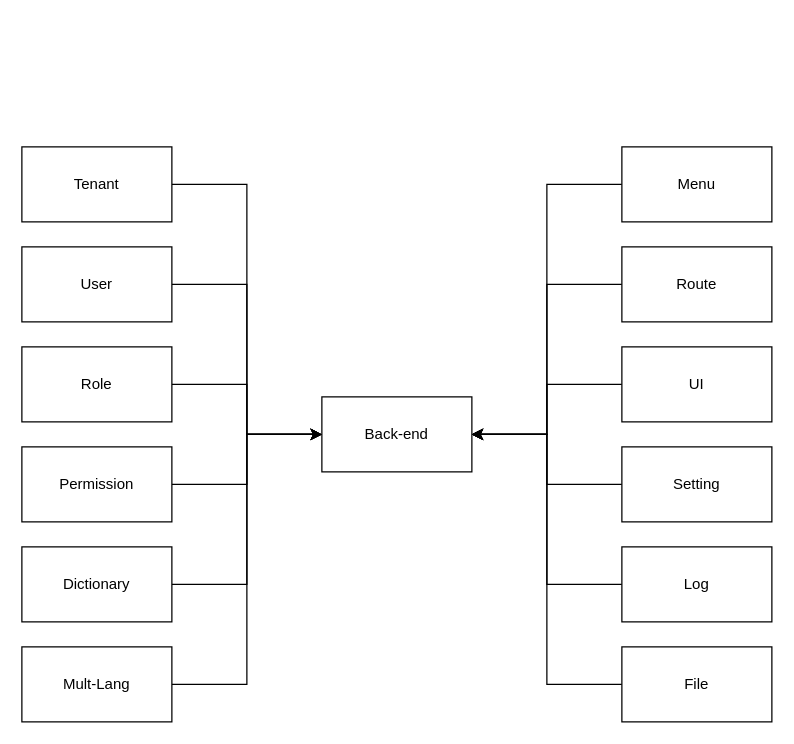
The draw.io diagram page "3. Back-end" (8 of 8) of ids.drawio in dellexquan/transfer, before the edit. Source tidied: cells renumbered, new cells numbered last; positions are measured from the earlier drawing's top-left corner, leaving out a move shared by most shapes. Both pictures are drawn from the tidied source at 125%, with x=0, y=0 at pixel (21, 146).
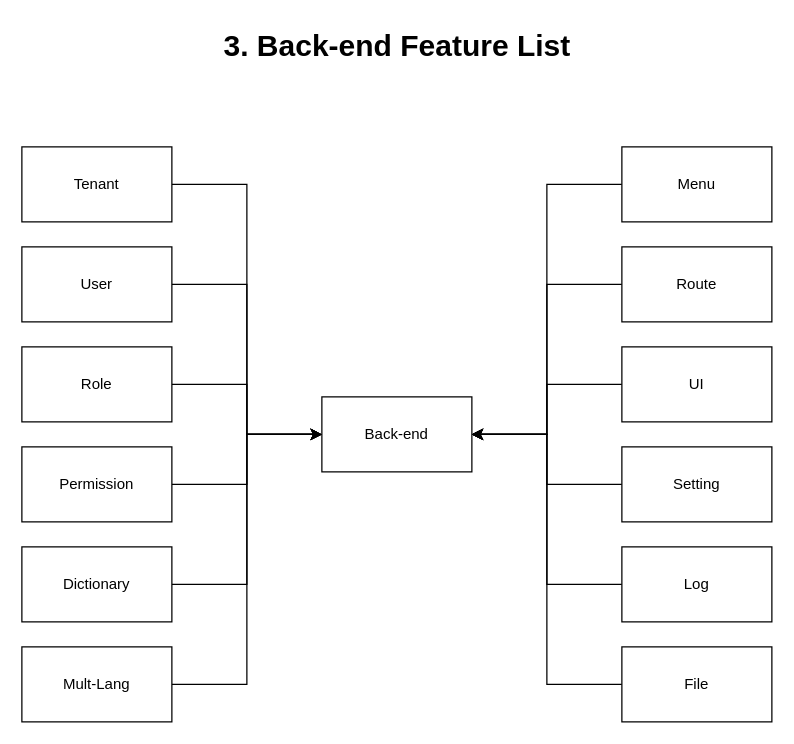
The same page after the edit.

Change to the diagram source:
```diff
@@
+    <mxCell id="27" value="3. Back-end Feature List" style="text;strokeColor=none;fillColor=none;html=1;fontSize=24;fontStyle=1;verticalAlign=middle;align=center;" parent="1" vertex="1">
+      <mxGeometry x="250" y="-100" width="100" height="40" as="geometry" />
+    </mxCell>
```
